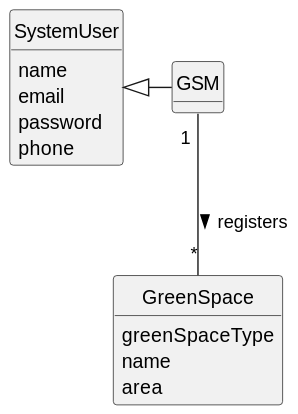
Above: docs/sprintC/us020/02.analysis/svg/us020-domain-model.svg in Departamento-de-Engenharia-Informatica/lei-24-s2-1do-g164 (PlantUML), before the change.
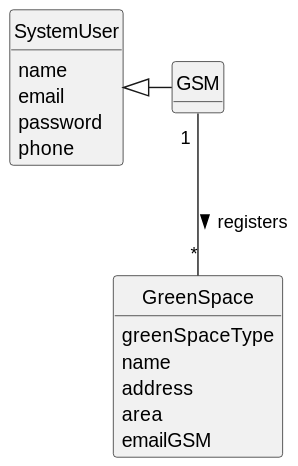
Later version of the same file.

Change to the diagram source:
```diff
@@ -22,7 +22,9 @@
 class GreenSpace {
        greenSpaceType
        name
+       address
        area
+       emailGSM
 }
 
 
```
